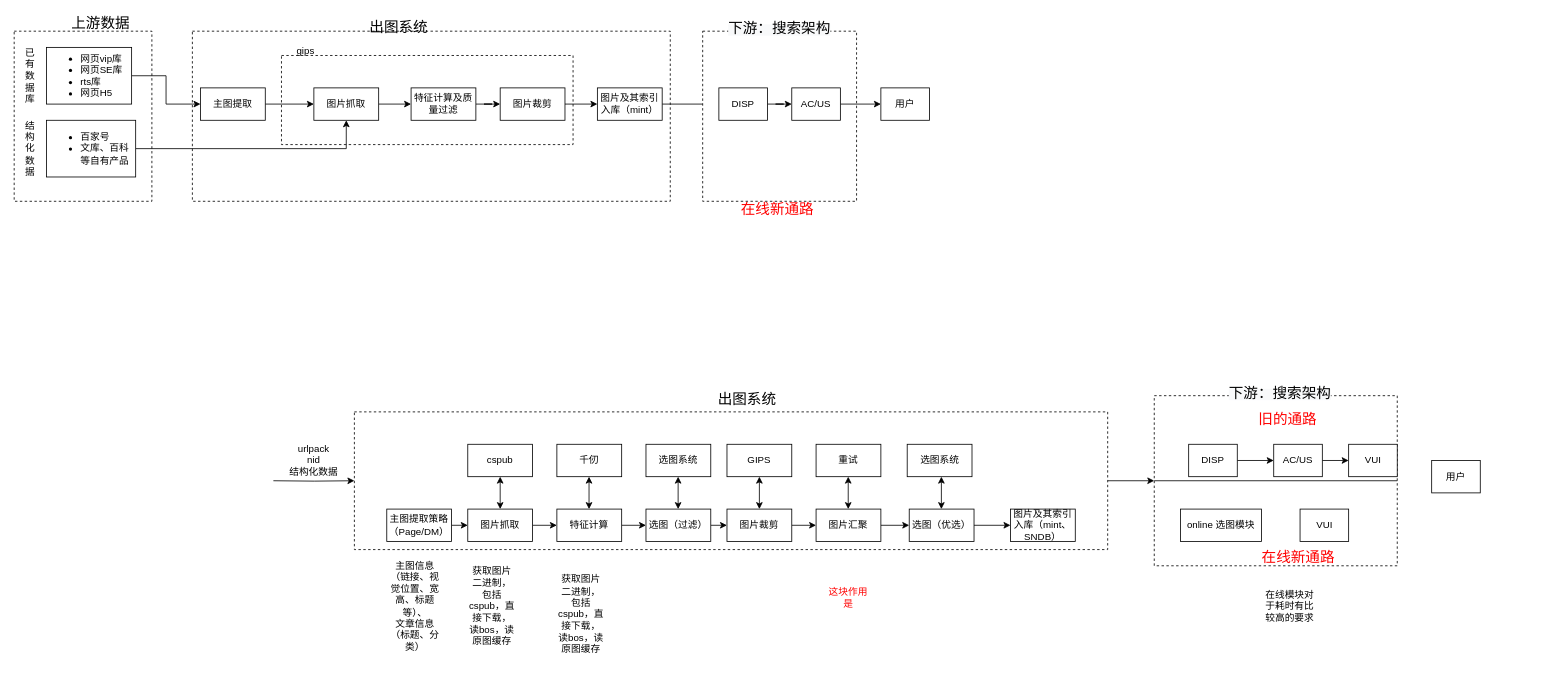
The draw.io diagram 搜索出图.drawio in 2018liuyan/one, before the edit. Source tidied: cells renumbered, new cells numbered last; positions are measured from the earlier drawing's top-left corner, leaving out a move shared by most shapes. Both pictures are drawn from the tidied source at 81%, with x=0, y=0 at pixel (14, 15).
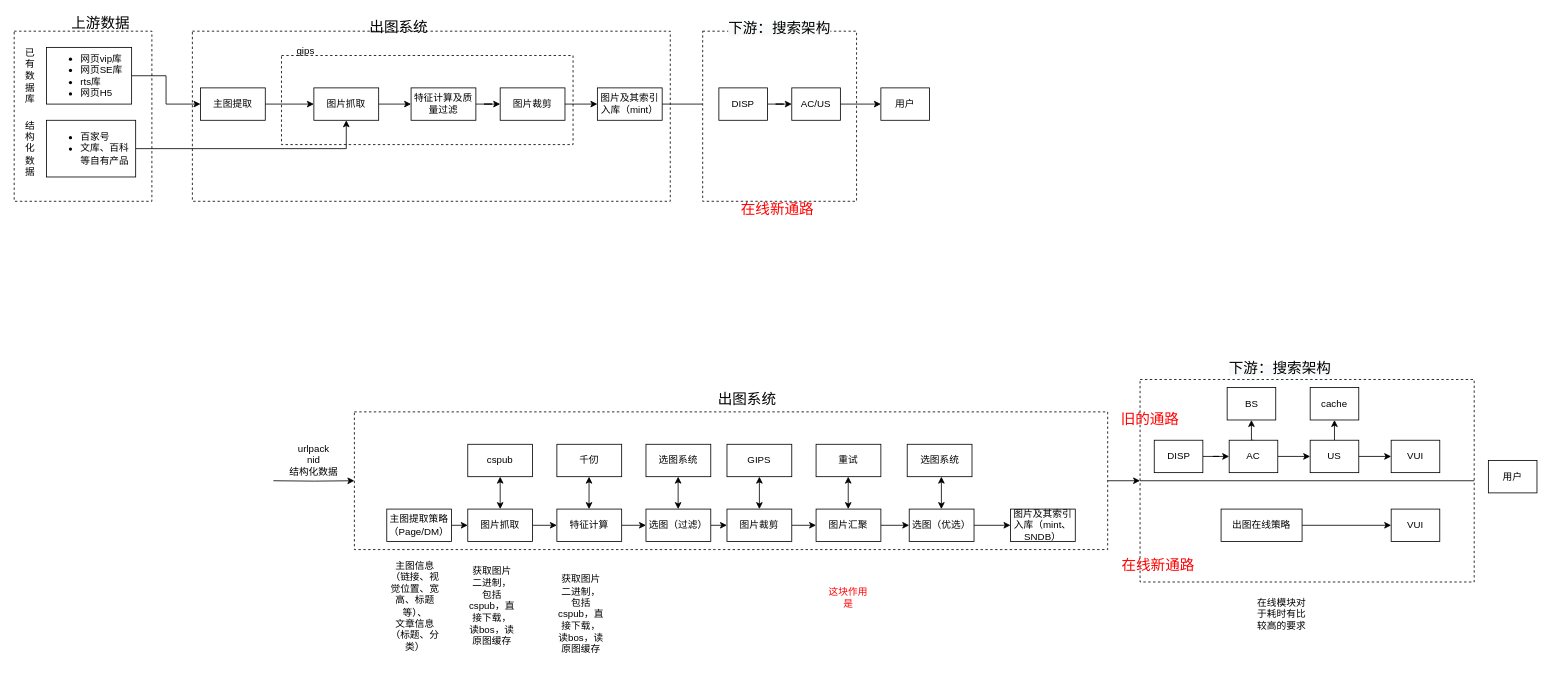
The same diagram, later.

What changed in the source:
```diff
@@
     <mxCell id="2" style="rounded=0;whiteSpace=wrap;html=1;dashed=1;" parent="1" vertex="1">
-      <mxGeometry x="1407.5" y="470" width="300" height="210" as="geometry" />
+      <mxGeometry x="1390" y="450" width="412.5" height="250" as="geometry" />
     </mxCell>
@@
     <mxCell id="47" value="DISP" style="rounded=0;whiteSpace=wrap;html=1;" parent="1" vertex="1">
-      <mxGeometry x="1450" y="530" width="60" height="40" as="geometry" />
+      <mxGeometry x="1407.5" y="525" width="60" height="40" as="geometry" />
     </mxCell>
-    <mxCell id="48" style="edgeStyle=orthogonalEdgeStyle;rounded=0;jettySize=auto;html=1;exitX=1;exitY=0.5;exitDx=0;exitDy=0;entryX=0;entryY=0.5;entryDx=0;entryDy=0;fontColor=#FF0000;" parent="1" edge="1" source="49" target="79">
-      <mxGeometry relative="1" as="geometry" />
-    </mxCell>
+    <mxCell id="82" style="edgeStyle=orthogonalEdgeStyle;rounded=0;jettySize=auto;html=1;exitX=1;exitY=0.5;exitDx=0;exitDy=0;entryX=0;entryY=0.5;entryDx=0;entryDy=0;fontColor=#000000;" parent="1" edge="1" source="49" target="88">
+      <mxGeometry relative="1" as="geometry" />
+    </mxCell>
+    <mxCell id="83" style="edgeStyle=orthogonalEdgeStyle;rounded=0;jettySize=auto;html=1;exitX=0.5;exitY=0;exitDx=0;exitDy=0;entryX=0.5;entryY=1;entryDx=0;entryDy=0;fontColor=#000000;" parent="1" edge="1" source="49" target="85">
+      <mxGeometry relative="1" as="geometry" />
+    </mxCell>
-    <mxCell id="49" value="AC/US" style="rounded=0;whiteSpace=wrap;html=1;" parent="1" vertex="1">
-      <mxGeometry x="1555" y="530" width="60" height="40" as="geometry" />
+    <mxCell id="49" value="AC" style="rounded=0;whiteSpace=wrap;html=1;" parent="1" vertex="1">
+      <mxGeometry x="1500" y="525" width="60" height="40" as="geometry" />
     </mxCell>
     <mxCell id="50" value="&lt;span style=&quot;color: rgb(0 , 0 , 0) ; font-family: &amp;#34;helvetica&amp;#34; ; font-style: normal ; font-weight: 400 ; letter-spacing: normal ; text-align: center ; text-indent: 0px ; text-transform: none ; word-spacing: 0px ; background-color: rgb(248 , 249 , 250) ; display: inline ; float: none&quot;&gt;&lt;font style=&quot;font-size: 18px&quot;&gt;下游：搜索架构&lt;/font&gt;&lt;/span&gt;" style="text;whiteSpace=wrap;html=1;" parent="1" vertex="1">
-      <mxGeometry x="1497.5" y="450" width="150" height="20" as="geometry" />
+      <mxGeometry x="1497.5" y="420" width="150" height="20" as="geometry" />
     </mxCell>
     <mxCell id="51" value="用户" style="rounded=0;whiteSpace=wrap;html=1;" parent="1" vertex="1">
-      <mxGeometry x="1750" y="550" width="60" height="40" as="geometry" />
+      <mxGeometry x="1820" y="550" width="60" height="40" as="geometry" />
     </mxCell>
     <mxCell id="52" value="&lt;font color=&quot;#ff0000&quot;&gt;&lt;span style=&quot;font-size: 18px&quot;&gt;在线新通路&lt;/span&gt;&lt;/font&gt;" style="text;html=1;strokeColor=none;fillColor=none;align=center;verticalAlign=middle;whiteSpace=wrap;rounded=0;dashed=1;" parent="1" vertex="1">
-      <mxGeometry x="1522.5" y="660" width="125" height="20" as="geometry" />
+      <mxGeometry x="1350" y="670" width="125" height="20" as="geometry" />
     </mxCell>
@@
+    <mxCell id="84" style="edgeStyle=orthogonalEdgeStyle;rounded=0;jettySize=auto;html=1;entryX=0;entryY=0.5;entryDx=0;entryDy=0;fontColor=#000000;" parent="1" edge="1" source="54" target="56">
+      <mxGeometry relative="1" as="geometry" />
+    </mxCell>
-    <mxCell id="54" value="online 选图模块" style="rounded=0;whiteSpace=wrap;html=1;" parent="1" vertex="1">
-      <mxGeometry x="1440" y="610" width="100" height="40" as="geometry" />
+    <mxCell id="54" value="出图在线策略" style="rounded=0;whiteSpace=wrap;html=1;" parent="1" vertex="1">
+      <mxGeometry x="1490" y="610" width="100" height="40" as="geometry" />
     </mxCell>
     <mxCell id="55" value="&lt;font color=&quot;#ff0000&quot;&gt;&lt;span style=&quot;font-size: 18px&quot;&gt;旧的通路&lt;/span&gt;&lt;/font&gt;" style="text;html=1;strokeColor=none;fillColor=none;align=center;verticalAlign=middle;whiteSpace=wrap;rounded=0;dashed=1;" parent="1" vertex="1">
-      <mxGeometry x="1510" y="490" width="125" height="20" as="geometry" />
+      <mxGeometry x="1340" y="490" width="125" height="20" as="geometry" />
     </mxCell>
     <mxCell id="56" value="VUI" style="rounded=0;whiteSpace=wrap;html=1;" parent="1" vertex="1">
-      <mxGeometry x="1587.5" y="610" width="60" height="40" as="geometry" />
+      <mxGeometry x="1700" y="610" width="60" height="40" as="geometry" />
     </mxCell>
@@
     <mxCell id="79" value="VUI" style="rounded=0;whiteSpace=wrap;html=1;" parent="1" vertex="1">
-      <mxGeometry x="1647.5" y="530" width="60" height="40" as="geometry" />
+      <mxGeometry x="1700" y="525" width="60" height="40" as="geometry" />
     </mxCell>
     <mxCell id="80" value="在线模块对于耗时有比较高的要求" style="text;html=1;strokeColor=none;fillColor=none;align=center;verticalAlign=middle;whiteSpace=wrap;rounded=0;" parent="1" vertex="1">
-      <mxGeometry x="1540" y="670" width="70" height="120" as="geometry" />
+      <mxGeometry x="1530" y="680" width="70" height="120" as="geometry" />
     </mxCell>
@@
+    <mxCell id="85" value="BS" style="rounded=0;whiteSpace=wrap;html=1;" parent="1" vertex="1">
+      <mxGeometry x="1497.5" y="460" width="60" height="40" as="geometry" />
+    </mxCell>
+    <mxCell id="86" style="edgeStyle=orthogonalEdgeStyle;rounded=0;jettySize=auto;html=1;exitX=1;exitY=0.5;exitDx=0;exitDy=0;entryX=0;entryY=0.5;entryDx=0;entryDy=0;fontColor=#000000;" parent="1" edge="1" source="88" target="79">
+      <mxGeometry relative="1" as="geometry" />
+    </mxCell>
+    <mxCell id="87" style="edgeStyle=orthogonalEdgeStyle;rounded=0;jettySize=auto;html=1;exitX=0.5;exitY=0;exitDx=0;exitDy=0;entryX=0.5;entryY=1;entryDx=0;entryDy=0;fontColor=#000000;" parent="1" edge="1" source="88" target="89">
+      <mxGeometry relative="1" as="geometry" />
+    </mxCell>
+    <mxCell id="88" value="US" style="rounded=0;whiteSpace=wrap;html=1;" parent="1" vertex="1">
+      <mxGeometry x="1600" y="525" width="60" height="40" as="geometry" />
+    </mxCell>
+    <mxCell id="89" value="cache" style="rounded=0;whiteSpace=wrap;html=1;" parent="1" vertex="1">
+      <mxGeometry x="1600" y="460" width="60" height="40" as="geometry" />
+    </mxCell>
```
